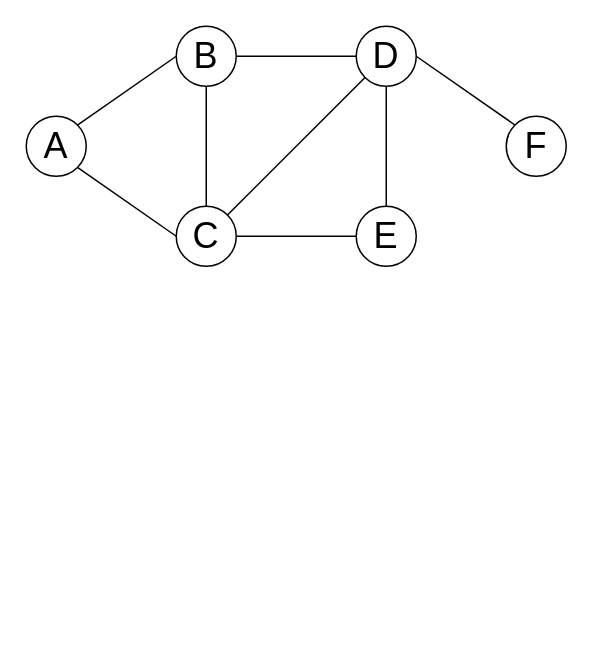
The draw.io diagram graphs/01_bfs_dfs/01.drawio in lanzhiwang/common_algorithm, before the edit. Source tidied: cells renumbered, new cells numbered last; positions are measured from the earlier drawing's top-left corner, leaving out a move shared by most shapes. Both pictures are drawn from the tidied source at 150%, with x=0, y=0 at pixel (26, 26).
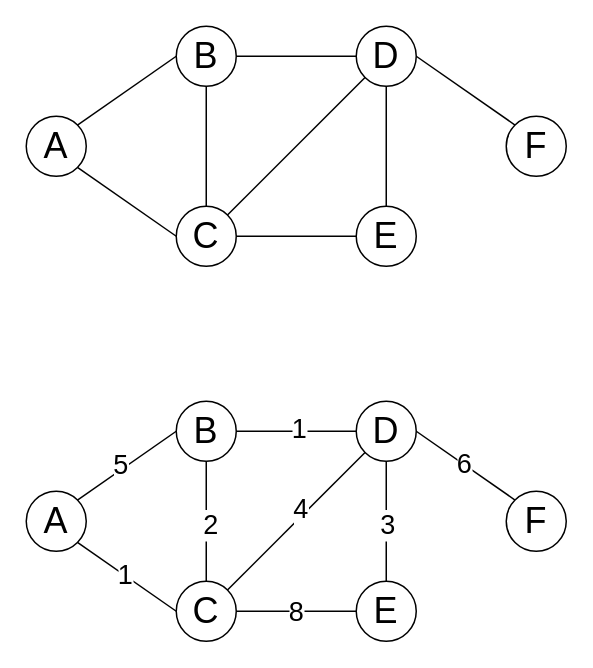
Above is the later version.

Commit message (it also covers changes not shown here):
图数据结构深度优先遍历和广度优先遍历

Diff of the diagram source:
```diff
@@
+    <mxCell id="16" value="&lt;font style=&quot;font-size: 24px&quot;&gt;A&lt;/font&gt;" style="ellipse;whiteSpace=wrap;html=1;" parent="1" vertex="1">
+      <mxGeometry y="310" width="40" height="40" as="geometry" />
+    </mxCell>
+    <mxCell id="17" value="&lt;font style=&quot;font-size: 24px&quot;&gt;B&lt;/font&gt;" style="ellipse;whiteSpace=wrap;html=1;" parent="1" vertex="1">
+      <mxGeometry x="100" y="250" width="40" height="40" as="geometry" />
+    </mxCell>
+    <mxCell id="18" value="&lt;font style=&quot;font-size: 24px&quot;&gt;C&lt;/font&gt;" style="ellipse;whiteSpace=wrap;html=1;" parent="1" vertex="1">
+      <mxGeometry x="100" y="370" width="40" height="40" as="geometry" />
+    </mxCell>
+    <mxCell id="19" value="&lt;font style=&quot;font-size: 24px&quot;&gt;D&lt;/font&gt;" style="ellipse;whiteSpace=wrap;html=1;" parent="1" vertex="1">
+      <mxGeometry x="220" y="250" width="40" height="40" as="geometry" />
+    </mxCell>
+    <mxCell id="20" value="&lt;font style=&quot;font-size: 24px&quot;&gt;E&lt;/font&gt;" style="ellipse;whiteSpace=wrap;html=1;" parent="1" vertex="1">
+      <mxGeometry x="220" y="370" width="40" height="40" as="geometry" />
+    </mxCell>
+    <mxCell id="21" value="&lt;font style=&quot;font-size: 24px&quot;&gt;F&lt;/font&gt;" style="ellipse;whiteSpace=wrap;html=1;" parent="1" vertex="1">
+      <mxGeometry x="320" y="310" width="40" height="40" as="geometry" />
+    </mxCell>
+    <mxCell id="22" style="endArrow=none;html=1;entryX=1;entryY=0;entryDx=0;entryDy=0;exitX=0;exitY=0.5;exitDx=0;exitDy=0;" parent="1" edge="1" source="17" target="16">
+      <mxGeometry relative="1" as="geometry" />
+    </mxCell>
+    <mxCell id="23" value="&lt;font style=&quot;font-size: 18px&quot;&gt;5&lt;/font&gt;" style="text;html=1;align=center;verticalAlign=middle;labelBackgroundColor=#ffffff;" parent="22" vertex="1">
+      <mxGeometry x="0.1" y="-3" relative="1" as="geometry" />
+    </mxCell>
+    <mxCell id="24" style="endArrow=none;html=1;entryX=1;entryY=1;entryDx=0;entryDy=0;exitX=0;exitY=0.5;exitDx=0;exitDy=0;" parent="1" edge="1" source="18" target="16">
+      <mxGeometry relative="1" as="geometry" />
+    </mxCell>
+    <mxCell id="25" value="&lt;font style=&quot;font-size: 18px&quot;&gt;1&lt;/font&gt;" style="text;html=1;align=center;verticalAlign=middle;labelBackgroundColor=#ffffff;" parent="24" vertex="1">
+      <mxGeometry x="0.04" relative="1" as="geometry" />
+    </mxCell>
+    <mxCell id="26" style="endArrow=none;html=1;entryX=0.5;entryY=1;entryDx=0;entryDy=0;exitX=0.5;exitY=0;exitDx=0;exitDy=0;" parent="1" edge="1" source="18" target="17">
+      <mxGeometry relative="1" as="geometry" />
+    </mxCell>
+    <mxCell id="27" value="&lt;font style=&quot;font-size: 18px&quot;&gt;2&lt;/font&gt;" style="text;html=1;align=center;verticalAlign=middle;labelBackgroundColor=#ffffff;" parent="26" vertex="1">
+      <mxGeometry x="-0.05" y="-2" relative="1" as="geometry" />
+    </mxCell>
+    <mxCell id="28" style="endArrow=none;html=1;entryX=1;entryY=0.5;entryDx=0;entryDy=0;exitX=0;exitY=0.5;exitDx=0;exitDy=0;" parent="1" edge="1" source="19" target="17">
+      <mxGeometry relative="1" as="geometry" />
+    </mxCell>
+    <mxCell id="29" value="&lt;font style=&quot;font-size: 18px&quot;&gt;1&lt;/font&gt;" style="text;html=1;align=center;verticalAlign=middle;labelBackgroundColor=#ffffff;" parent="28" vertex="1">
+      <mxGeometry x="-0.03" y="-2" relative="1" as="geometry" />
+    </mxCell>
+    <mxCell id="30" style="endArrow=none;html=1;entryX=1;entryY=0;entryDx=0;entryDy=0;exitX=0;exitY=1;exitDx=0;exitDy=0;" parent="1" edge="1" source="19" target="18">
+      <mxGeometry relative="1" as="geometry" />
+    </mxCell>
+    <mxCell id="31" value="&lt;font style=&quot;font-size: 18px&quot;&gt;4&lt;/font&gt;" style="text;html=1;align=center;verticalAlign=middle;labelBackgroundColor=#ffffff;" parent="30" vertex="1">
+      <mxGeometry x="-0.12" y="-4" relative="1" as="geometry" />
+    </mxCell>
+    <mxCell id="32" style="endArrow=none;html=1;exitX=1;exitY=0.5;exitDx=0;exitDy=0;entryX=0;entryY=0.5;entryDx=0;entryDy=0;" parent="1" edge="1" source="18" target="20">
+      <mxGeometry relative="1" as="geometry" />
+    </mxCell>
+    <mxCell id="33" value="&lt;font style=&quot;font-size: 18px&quot;&gt;8&lt;/font&gt;" style="text;html=1;align=center;verticalAlign=middle;labelBackgroundColor=#ffffff;" parent="32" vertex="1">
+      <mxGeometry x="-0.03" relative="1" as="geometry" />
+    </mxCell>
+    <mxCell id="34" style="endArrow=none;html=1;entryX=0.5;entryY=1;entryDx=0;entryDy=0;exitX=0.5;exitY=0;exitDx=0;exitDy=0;" parent="1" edge="1" source="20" target="19">
+      <mxGeometry relative="1" as="geometry" />
+    </mxCell>
+    <mxCell id="35" value="&lt;font style=&quot;font-size: 18px&quot;&gt;3&lt;/font&gt;" style="text;html=1;align=center;verticalAlign=middle;labelBackgroundColor=#ffffff;" parent="34" vertex="1">
+      <mxGeometry x="-0.05" relative="1" as="geometry" />
+    </mxCell>
+    <mxCell id="36" style="endArrow=none;html=1;exitX=1;exitY=0.5;exitDx=0;exitDy=0;entryX=0;entryY=0;entryDx=0;entryDy=0;" parent="1" edge="1" source="19" target="21">
+      <mxGeometry relative="1" as="geometry" />
+    </mxCell>
+    <mxCell id="37" value="&lt;font style=&quot;font-size: 18px&quot;&gt;6&lt;/font&gt;" style="text;html=1;align=center;verticalAlign=middle;labelBackgroundColor=#ffffff;" parent="36" vertex="1">
+      <mxGeometry x="-0.05" relative="1" as="geometry" />
+    </mxCell>
```
